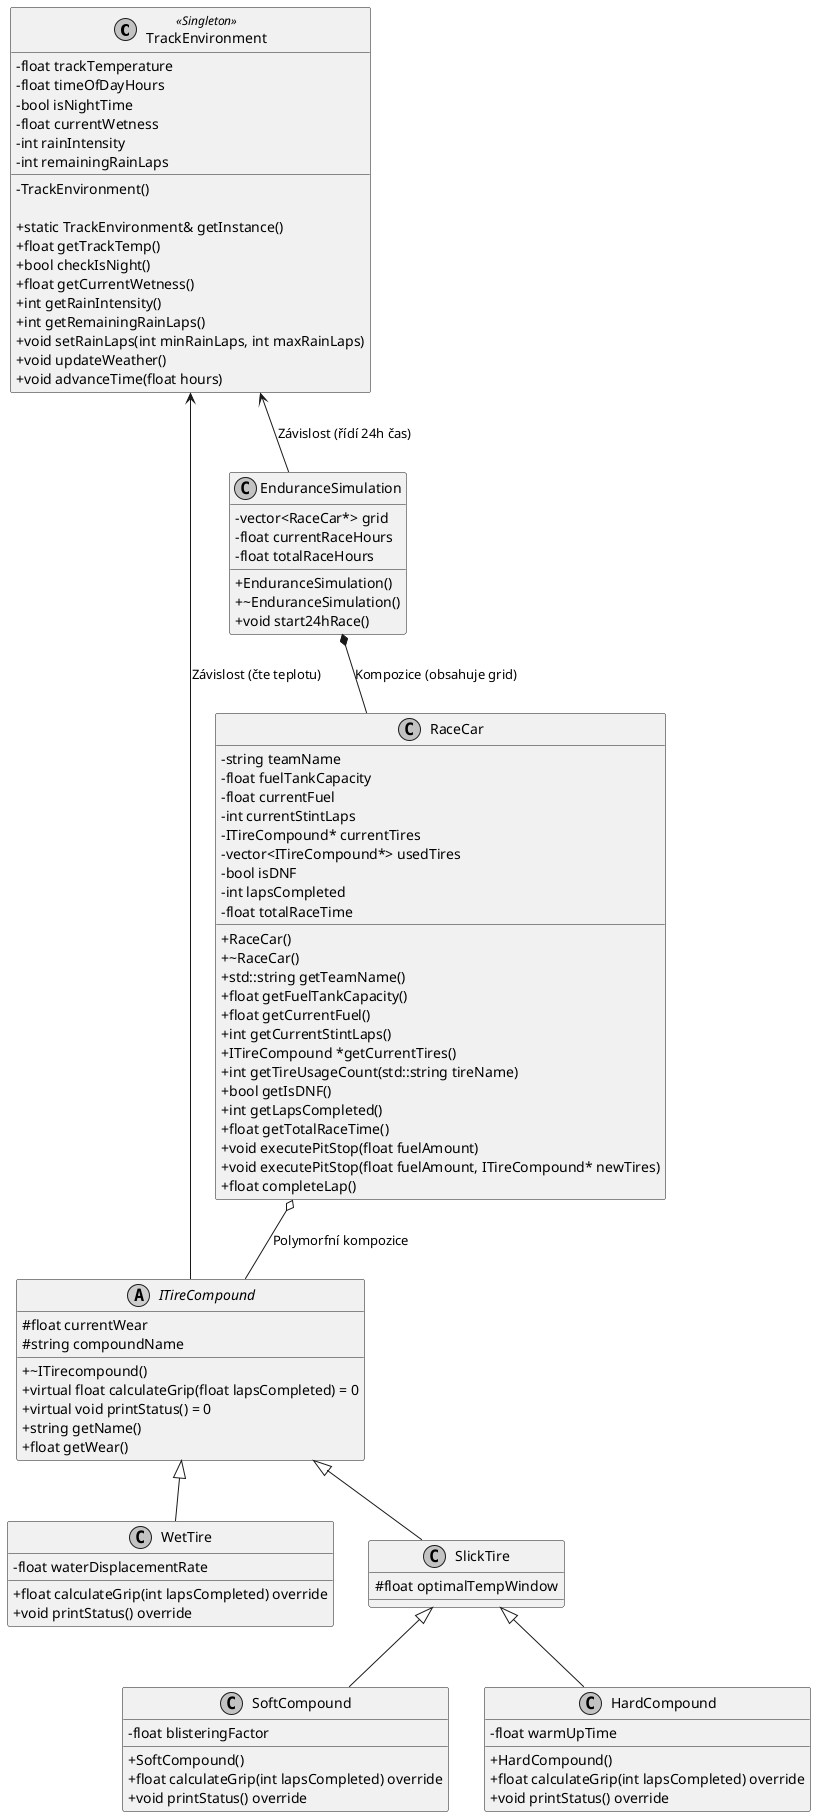
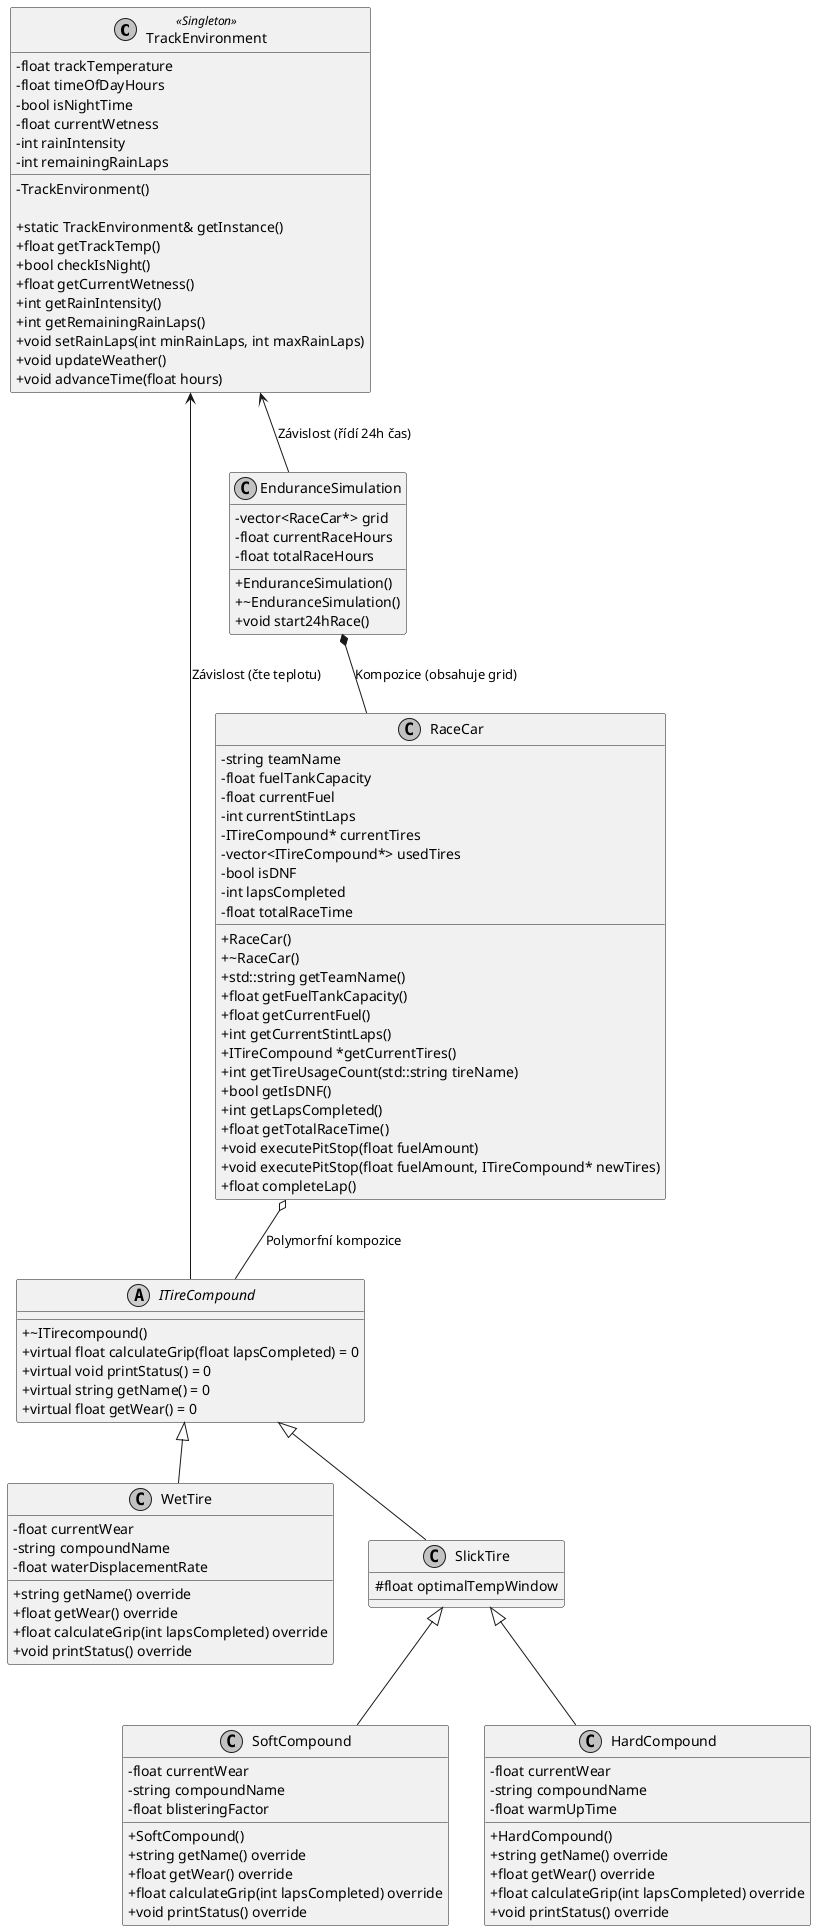
@startuml tireStrategySimDiagram
skinparam classAttributeIconSize 0
skinparam monochrome true

class TrackEnvironment <<Singleton>> {
  - float trackTemperature
  - float timeOfDayHours
  - bool isNightTime
  - float currentWetness
  - int rainIntensity
  - int remainingRainLaps
  - TrackEnvironment()

  + static TrackEnvironment& getInstance()
  + float getTrackTemp()
  + bool checkIsNight()
  + float getCurrentWetness()
  + int getRainIntensity()
  + int getRemainingRainLaps()
  + void setRainLaps(int minRainLaps, int maxRainLaps)
  + void updateWeather()
  + void advanceTime(float hours)
}

abstract class ITireCompound {
-   # float currentWear
-   # string compoundName
- 
  + ~ITirecompound()
  + virtual float calculateGrip(float lapsCompleted) = 0
  + virtual void printStatus() = 0
-   + string getName()
-   + float getWear()
+   + virtual string getName() = 0
+   + virtual float getWear() = 0
}

class WetTire {
+   - float currentWear
+   - string compoundName
  - float waterDisplacementRate

+   + string getName() override
+   + float getWear() override
  + float calculateGrip(int lapsCompleted) override
  + void printStatus() override
}

class SlickTire {
  # float optimalTempWindow
}

class SoftCompound {
+   - float currentWear
+   - string compoundName
  - float blisteringFactor

  + SoftCompound()
+   + string getName() override
+   + float getWear() override
  + float calculateGrip(int lapsCompleted) override
  + void printStatus() override
}

class HardCompound {
+   - float currentWear
+   - string compoundName
  - float warmUpTime

  + HardCompound()
+   + string getName() override
+   + float getWear() override
  + float calculateGrip(int lapsCompleted) override
  + void printStatus() override
}

class RaceCar {
  - string teamName
  - float fuelTankCapacity
  - float currentFuel
  - int currentStintLaps
  - ITireCompound* currentTires
  - vector<ITireCompound*> usedTires
  - bool isDNF
  - int lapsCompleted
  - float totalRaceTime

  + RaceCar()
  + ~RaceCar()
  + std::string getTeamName()
  + float getFuelTankCapacity()
  + float getCurrentFuel()
  + int getCurrentStintLaps()
  + ITireCompound *getCurrentTires()
  + int getTireUsageCount(std::string tireName)
  + bool getIsDNF()
  + int getLapsCompleted()
  + float getTotalRaceTime()
  + void executePitStop(float fuelAmount)
  + void executePitStop(float fuelAmount, ITireCompound* newTires)
  + float completeLap()
}

class EnduranceSimulation {
  - vector<RaceCar*> grid
  - float currentRaceHours
  - float totalRaceHours

  + EnduranceSimulation()
  + ~EnduranceSimulation()
  + void start24hRace()
}

ITireCompound <|-- WetTire
ITireCompound <|-- SlickTire
SlickTire <|-- SoftCompound
SlickTire <|-- HardCompound

RaceCar o-- ITireCompound : "Polymorfní kompozice"
EnduranceSimulation *-- RaceCar : "Kompozice (obsahuje grid)"
TrackEnvironment <-- ITireCompound : "Závislost (čte teplotu)"
TrackEnvironment <-- EnduranceSimulation : "Závislost (řídí 24h čas)"
@enduml